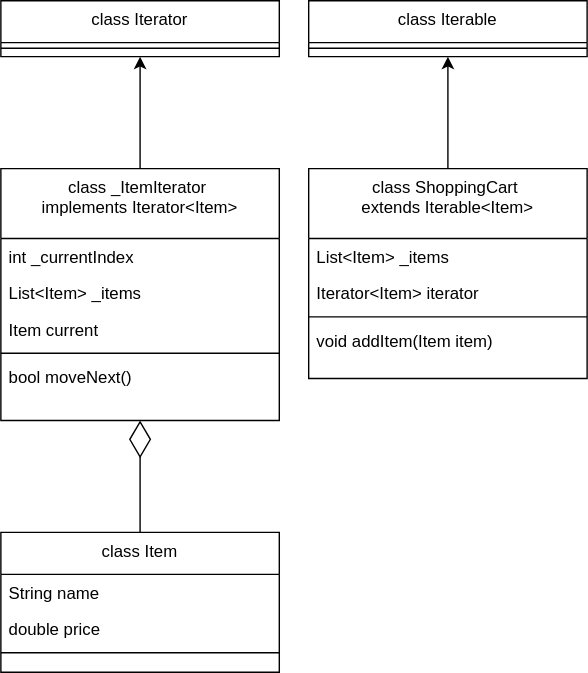
Earlier version of the draw.io export patt_iterator.svg (Alex-0277911/iterator_pattern). Source tidied: cells renumbered, new cells last; positions are measured from the earlier drawing's top-left corner, leaving out a move shared by most shapes.
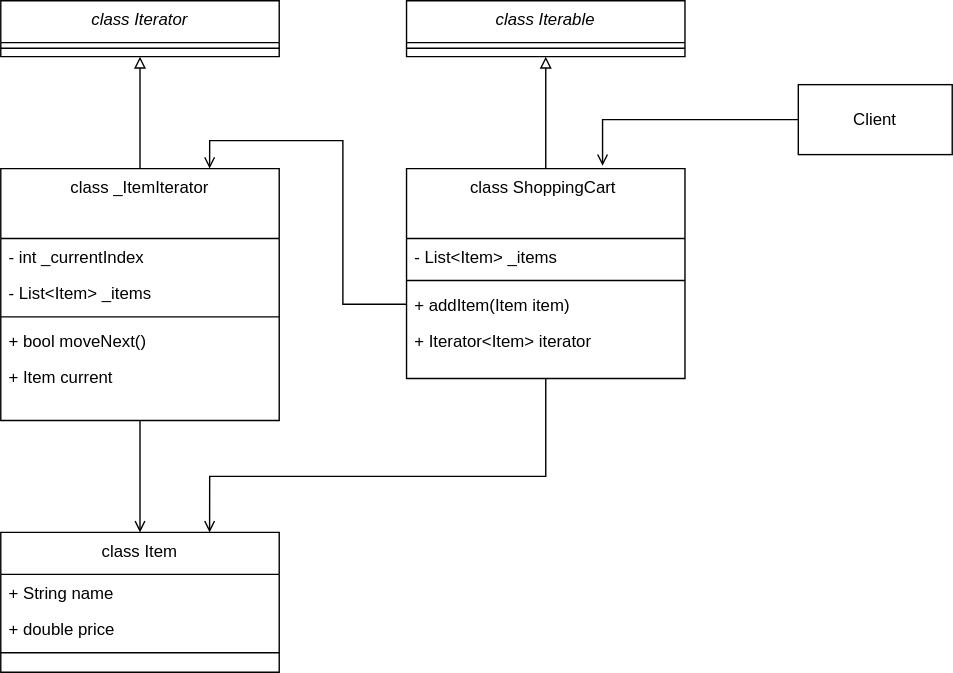
After the change.

Diff of the diagram source:
```diff
@@ -2,71 +2,88 @@
   <root>
     <mxCell id="0" />
     <mxCell id="1" parent="0" />
-    <mxCell id="2" style="edgeStyle=orthogonalEdgeStyle;rounded=0;jettySize=auto;html=1;entryX=0.5;entryY=1;entryDx=0;entryDy=0;" parent="1" edge="1" source="3" target="20">
+    <mxCell id="2" style="edgeStyle=orthogonalEdgeStyle;rounded=0;jettySize=auto;html=1;entryX=0.5;entryY=1;entryDx=0;entryDy=0;endArrow=block;endFill=0;" parent="1" edge="1" source="3" target="20">
       <mxGeometry relative="1" as="geometry" />
     </mxCell>
+    <mxCell id="24" style="edgeStyle=orthogonalEdgeStyle;rounded=0;jettySize=auto;html=1;entryX=0.5;entryY=0;entryDx=0;entryDy=0;endArrow=open;endFill=0;" parent="1" edge="1" source="3" target="15">
+      <mxGeometry relative="1" as="geometry" />
+    </mxCell>
-    <mxCell id="3" value="class _ItemIterator &#10;implements Iterator&lt;Item&gt;" style="swimlane;fontStyle=0;align=center;verticalAlign=top;horizontal=1;startSize=50;rounded=0;shadow=0;strokeWidth=1;" parent="1" vertex="1">
+    <mxCell id="3" value="class _ItemIterator" style="swimlane;fontStyle=0;align=center;verticalAlign=top;horizontal=1;startSize=50;rounded=0;shadow=0;strokeWidth=1;" parent="1" vertex="1">
       <mxGeometry y="120" width="199" height="180" as="geometry" />
     </mxCell>
-    <mxCell id="4" value="int _currentIndex" style="text;align=left;verticalAlign=top;spacingLeft=4;spacingRight=4;overflow=hidden;" parent="3" vertex="1">
+    <mxCell id="4" value="- int _currentIndex" style="text;align=left;verticalAlign=top;spacingLeft=4;spacingRight=4;overflow=hidden;" parent="3" vertex="1">
       <mxGeometry y="50" width="199" height="26" as="geometry" />
     </mxCell>
-    <mxCell id="5" value="List&lt;Item&gt; _items" style="text;align=left;verticalAlign=top;spacingLeft=4;spacingRight=4;overflow=hidden;" parent="3" vertex="1">
+    <mxCell id="5" value="- List&lt;Item&gt; _items" style="text;align=left;verticalAlign=top;spacingLeft=4;spacingRight=4;overflow=hidden;" parent="3" vertex="1">
       <mxGeometry y="76" width="199" height="26" as="geometry" />
     </mxCell>
-    <mxCell id="6" value="Item current" style="text;align=left;verticalAlign=top;spacingLeft=4;spacingRight=4;overflow=hidden;" parent="3" vertex="1">
-      <mxGeometry y="102" width="199" height="26" as="geometry" />
-    </mxCell>
     <mxCell id="7" style="line;strokeWidth=1;fillColor=none;align=left;verticalAlign=middle;spacingTop=-1;spacingLeft=3;spacingRight=3;labelPosition=right;strokeColor=inherit;" parent="3" vertex="1">
-      <mxGeometry y="128" width="199" height="8" as="geometry" />
+      <mxGeometry y="102" width="199" height="8" as="geometry" />
     </mxCell>
-    <mxCell id="8" value="bool moveNext()" style="text;align=left;verticalAlign=top;spacingLeft=4;spacingRight=4;overflow=hidden;" parent="3" vertex="1">
-      <mxGeometry y="136" width="199" height="26" as="geometry" />
+    <mxCell id="8" value="+ bool moveNext()" style="text;align=left;verticalAlign=top;spacingLeft=4;spacingRight=4;overflow=hidden;" parent="3" vertex="1">
+      <mxGeometry y="110" width="199" height="26" as="geometry" />
     </mxCell>
+    <mxCell id="6" value="+ Item current" style="text;align=left;verticalAlign=top;spacingLeft=4;spacingRight=4;overflow=hidden;" parent="3" vertex="1">
+      <mxGeometry y="136" width="199" height="26" as="geometry" />
+    </mxCell>
-    <mxCell id="9" style="edgeStyle=orthogonalEdgeStyle;rounded=0;jettySize=auto;html=1;entryX=0.5;entryY=1;entryDx=0;entryDy=0;" parent="1" edge="1" source="10" target="22">
+    <mxCell id="9" style="edgeStyle=orthogonalEdgeStyle;rounded=0;jettySize=auto;html=1;entryX=0.5;entryY=1;entryDx=0;entryDy=0;endArrow=block;endFill=0;" parent="1" edge="1" source="10" target="22">
       <mxGeometry relative="1" as="geometry" />
     </mxCell>
+    <mxCell id="25" style="edgeStyle=orthogonalEdgeStyle;rounded=0;jettySize=auto;html=1;entryX=0.75;entryY=0;entryDx=0;entryDy=0;endArrow=open;endFill=0;" parent="1" edge="1" source="10" target="15">
+      <mxGeometry relative="1" as="geometry">
+        <Array as="points">
+          <mxPoint x="390" y="340" />
+          <mxPoint x="149" y="340" />
+        </Array>
+      </mxGeometry>
+    </mxCell>
-    <mxCell id="10" value="class ShoppingCart &#10;extends Iterable&lt;Item&gt;" style="swimlane;fontStyle=0;align=center;verticalAlign=top;horizontal=1;startSize=50;rounded=0;shadow=0;strokeWidth=1;" parent="1" vertex="1">
-      <mxGeometry x="220" y="120" width="199" height="150" as="geometry" />
+    <mxCell id="10" value="class ShoppingCart " style="swimlane;fontStyle=0;align=center;verticalAlign=top;horizontal=1;startSize=50;rounded=0;shadow=0;strokeWidth=1;" parent="1" vertex="1">
+      <mxGeometry x="290" y="120" width="199" height="150" as="geometry" />
     </mxCell>
-    <mxCell id="11" value="List&lt;Item&gt; _items" style="text;align=left;verticalAlign=top;spacingLeft=4;spacingRight=4;overflow=hidden;" parent="10" vertex="1">
+    <mxCell id="11" value="- List&lt;Item&gt; _items" style="text;align=left;verticalAlign=top;spacingLeft=4;spacingRight=4;overflow=hidden;" parent="10" vertex="1">
       <mxGeometry y="50" width="199" height="26" as="geometry" />
     </mxCell>
-    <mxCell id="12" value="Iterator&lt;Item&gt; iterator" style="text;align=left;verticalAlign=top;spacingLeft=4;spacingRight=4;overflow=hidden;" parent="10" vertex="1">
-      <mxGeometry y="76" width="199" height="26" as="geometry" />
-    </mxCell>
     <mxCell id="13" style="line;strokeWidth=1;fillColor=none;align=left;verticalAlign=middle;spacingTop=-1;spacingLeft=3;spacingRight=3;labelPosition=right;strokeColor=inherit;" parent="10" vertex="1">
-      <mxGeometry y="102" width="199" height="8" as="geometry" />
+      <mxGeometry y="76" width="199" height="8" as="geometry" />
     </mxCell>
-    <mxCell id="14" value="void addItem(Item item)" style="text;align=left;verticalAlign=top;spacingLeft=4;spacingRight=4;overflow=hidden;points=[[0,0.5],[1,0.5]];portConstraint=eastwest;" parent="10" vertex="1">
-      <mxGeometry y="110" width="199" height="26" as="geometry" />
+    <mxCell id="14" value="+ addItem(Item item)" style="text;align=left;verticalAlign=top;spacingLeft=4;spacingRight=4;overflow=hidden;points=[[0,0.5],[1,0.5]];portConstraint=eastwest;" parent="10" vertex="1">
+      <mxGeometry y="84" width="199" height="26" as="geometry" />
     </mxCell>
+    <mxCell id="12" value="+ Iterator&lt;Item&gt; iterator" style="text;align=left;verticalAlign=top;spacingLeft=4;spacingRight=4;overflow=hidden;" parent="10" vertex="1">
+      <mxGeometry y="110" width="199" height="26" as="geometry" />
+    </mxCell>
     <mxCell id="15" value="class Item" style="swimlane;fontStyle=0;align=center;verticalAlign=top;horizontal=1;startSize=30;rounded=0;shadow=0;strokeWidth=1;" parent="1" vertex="1">
       <mxGeometry y="380" width="199" height="100" as="geometry" />
     </mxCell>
-    <mxCell id="16" value="String name" style="text;align=left;verticalAlign=top;spacingLeft=4;spacingRight=4;overflow=hidden;" parent="15" vertex="1">
+    <mxCell id="16" value="+ String name" style="text;align=left;verticalAlign=top;spacingLeft=4;spacingRight=4;overflow=hidden;" parent="15" vertex="1">
       <mxGeometry y="30" width="199" height="26" as="geometry" />
     </mxCell>
-    <mxCell id="17" value="double price" style="text;align=left;verticalAlign=top;spacingLeft=4;spacingRight=4;overflow=hidden;" parent="15" vertex="1">
+    <mxCell id="17" value="+ double price" style="text;align=left;verticalAlign=top;spacingLeft=4;spacingRight=4;overflow=hidden;" parent="15" vertex="1">
       <mxGeometry y="56" width="199" height="26" as="geometry" />
     </mxCell>
     <mxCell id="18" style="line;strokeWidth=1;fillColor=none;align=left;verticalAlign=middle;spacingTop=-1;spacingLeft=3;spacingRight=3;labelPosition=right;strokeColor=inherit;" parent="15" vertex="1">
       <mxGeometry y="82" width="199" height="8" as="geometry" />
     </mxCell>
-    <mxCell id="19" style="endArrow=diamondThin;endFill=0;endSize=24;html=1;rounded=0;entryX=0.5;entryY=1;entryDx=0;entryDy=0;exitX=0.5;exitY=0;exitDx=0;exitDy=0;" parent="1" edge="1" source="15" target="3">
-      <mxGeometry relative="1" as="geometry" />
-    </mxCell>
-    <mxCell id="20" value="class Iterator" style="swimlane;fontStyle=0;align=center;verticalAlign=top;horizontal=1;startSize=30;rounded=0;shadow=0;strokeWidth=1;" parent="1" vertex="1">
+    <mxCell id="20" value="class Iterator" style="swimlane;fontStyle=2;align=center;verticalAlign=top;horizontal=1;startSize=30;rounded=0;shadow=0;strokeWidth=1;" parent="1" vertex="1">
       <mxGeometry width="199" height="40" as="geometry" />
     </mxCell>
     <mxCell id="21" style="line;strokeWidth=1;fillColor=none;align=left;verticalAlign=middle;spacingTop=-1;spacingLeft=3;spacingRight=3;labelPosition=right;strokeColor=inherit;" parent="20" vertex="1">
       <mxGeometry y="30" width="199" height="8" as="geometry" />
     </mxCell>
-    <mxCell id="22" value="class Iterable" style="swimlane;fontStyle=0;align=center;verticalAlign=top;horizontal=1;startSize=30;rounded=0;shadow=0;strokeWidth=1;" parent="1" vertex="1">
-      <mxGeometry x="220" width="199" height="40" as="geometry" />
+    <mxCell id="22" value="class Iterable" style="swimlane;fontStyle=2;align=center;verticalAlign=top;horizontal=1;startSize=30;rounded=0;shadow=0;strokeWidth=1;" parent="1" vertex="1">
+      <mxGeometry x="290" width="199" height="40" as="geometry" />
     </mxCell>
     <mxCell id="23" style="line;strokeWidth=1;fillColor=none;align=left;verticalAlign=middle;spacingTop=-1;spacingLeft=3;spacingRight=3;labelPosition=right;strokeColor=inherit;" parent="22" vertex="1">
       <mxGeometry y="30" width="199" height="8" as="geometry" />
     </mxCell>
+    <mxCell id="26" style="edgeStyle=orthogonalEdgeStyle;rounded=0;jettySize=auto;html=1;entryX=0.75;entryY=0;entryDx=0;entryDy=0;endArrow=open;endFill=0;" parent="1" edge="1" source="14" target="3">
+      <mxGeometry relative="1" as="geometry" />
+    </mxCell>
+    <mxCell id="27" style="edgeStyle=orthogonalEdgeStyle;rounded=0;jettySize=auto;html=1;entryX=0.704;entryY=-0.013;entryDx=0;entryDy=0;entryPerimeter=0;endArrow=open;endFill=0;" parent="1" edge="1" source="28" target="10">
+      <mxGeometry relative="1" as="geometry" />
+    </mxCell>
+    <mxCell id="28" value="Client" style="html=1;whiteSpace=wrap;" parent="1" vertex="1">
+      <mxGeometry x="570" y="60" width="110" height="50" as="geometry" />
+    </mxCell>
   </root>
 </mxGraphModel>
```
